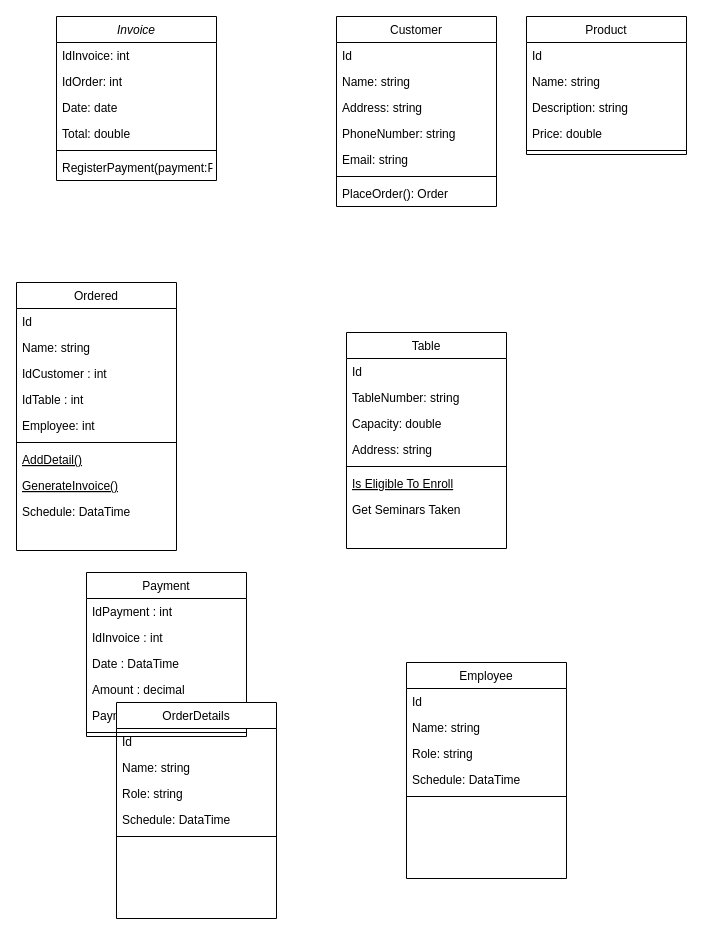
Above: Documents/Diagrama sin título.drawio in KevinAlvarezD/RestAdmin (draw.io), before the change. Source tidied: cells renumbered, new cells numbered last; positions are measured from the earlier drawing's top-left corner, leaving out a move shared by most shapes. Both pictures are drawn from the tidied source at 100%, with x=0, y=0 at pixel (16, 16).
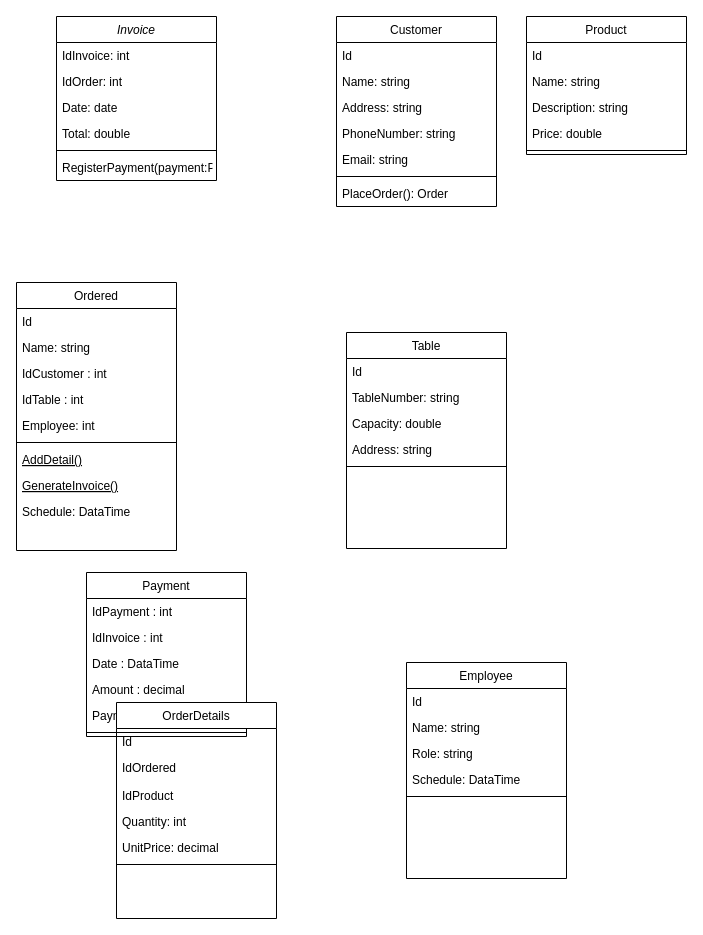
The same page after the edit.

Unchanged cells that the change refers to:
```xml
<mxCell id="27" value="Table" style="swimlane;fontStyle=0;align=center;verticalAlign=top;horizontal=1;startSize=26;rounded=0;shadow=0;strokeWidth=1;" parent="1" vertex="1">
  <mxGeometry x="330" y="316" width="160" height="216" as="geometry" />
</mxCell>
<mxCell id="54" value="OrderDetails" style="swimlane;fontStyle=0;align=center;verticalAlign=top;horizontal=1;startSize=26;rounded=0;shadow=0;strokeWidth=1;" parent="1" vertex="1">
  <mxGeometry x="100" y="686" width="160" height="216" as="geometry" />
</mxCell>
```

The edit, as a diff of the source:
```diff
@@
-    <mxCell id="33" value="Is Eligible To Enroll" style="text;align=left;verticalAlign=top;spacingLeft=4;spacingRight=4;overflow=hidden;fontStyle=4;" parent="27" vertex="1">
-      <mxGeometry y="138" width="160" height="26" as="geometry" />
-    </mxCell>
-    <mxCell id="34" value="Get Seminars Taken" style="text;align=left;verticalAlign=top;spacingLeft=4;spacingRight=4;overflow=hidden;" parent="27" vertex="1">
-      <mxGeometry y="164" width="160" height="26" as="geometry" />
-    </mxCell>
@@
-    <mxCell id="56" value="Name: string" style="text;align=left;verticalAlign=top;spacingLeft=4;spacingRight=4;overflow=hidden;rounded=0;shadow=0;html=0;" parent="54" vertex="1">
-      <mxGeometry y="52" width="160" height="26" as="geometry" />
+    <mxCell id="56" value="IdOrdered" style="text;align=left;verticalAlign=top;spacingLeft=4;spacingRight=4;overflow=hidden;rounded=0;shadow=0;html=0;" parent="54" vertex="1">
+      <mxGeometry y="52" width="160" height="28" as="geometry" />
     </mxCell>
-    <mxCell id="57" value="Role: string" style="text;align=left;verticalAlign=top;spacingLeft=4;spacingRight=4;overflow=hidden;rounded=0;shadow=0;html=0;" parent="54" vertex="1">
-      <mxGeometry y="78" width="160" height="26" as="geometry" />
+    <mxCell id="57" value="IdProduct" style="text;align=left;verticalAlign=top;spacingLeft=4;spacingRight=4;overflow=hidden;rounded=0;shadow=0;html=0;" parent="54" vertex="1">
+      <mxGeometry y="80" width="160" height="26" as="geometry" />
     </mxCell>
-    <mxCell id="58" value="Schedule: DataTime" style="text;align=left;verticalAlign=top;spacingLeft=4;spacingRight=4;overflow=hidden;rounded=0;shadow=0;html=0;" parent="54" vertex="1">
-      <mxGeometry y="104" width="160" height="26" as="geometry" />
+    <mxCell id="58" value="Quantity: int" style="text;align=left;verticalAlign=top;spacingLeft=4;spacingRight=4;overflow=hidden;rounded=0;shadow=0;html=0;" parent="54" vertex="1">
+      <mxGeometry y="106" width="160" height="26" as="geometry" />
     </mxCell>
+    <mxCell id="60" value="UnitPrice: decimal" style="text;align=left;verticalAlign=top;spacingLeft=4;spacingRight=4;overflow=hidden;rounded=0;shadow=0;html=0;" parent="54" vertex="1">
+      <mxGeometry y="132" width="160" height="26" as="geometry" />
+    </mxCell>
     <mxCell id="59" style="line;html=1;strokeWidth=1;align=left;verticalAlign=middle;spacingTop=-1;spacingLeft=3;spacingRight=3;labelPosition=right;" parent="54" vertex="1">
-      <mxGeometry y="130" width="160" height="8" as="geometry" />
+      <mxGeometry y="158" width="160" height="8" as="geometry" />
     </mxCell>
```
